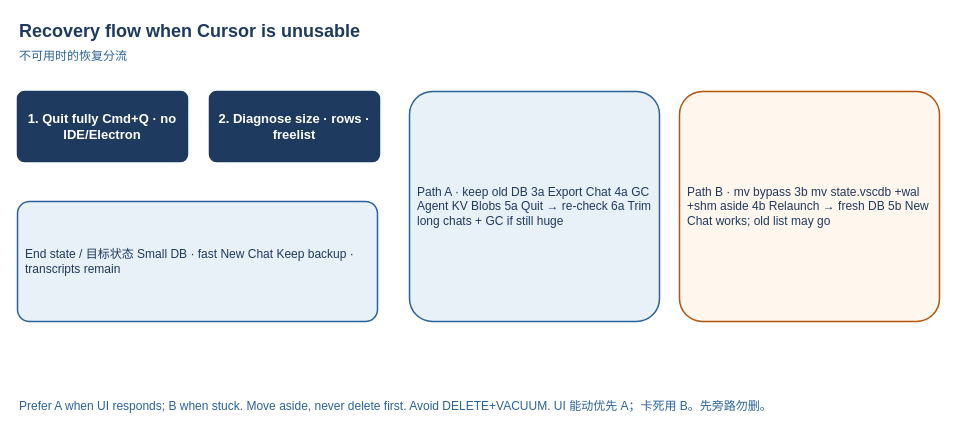
The draw.io diagram figures/schematic/recovery-flow/template.drawio in Xuzhen-Li/cursor-state-vscdb, before the edit. Source tidied: cells renumbered, new cells numbered last; positions are measured from the earlier drawing's top-left corner, leaving out a move shared by most shapes. Both pictures are drawn from the tidied source at 100%, with x=0, y=0 at pixel (17, 17).
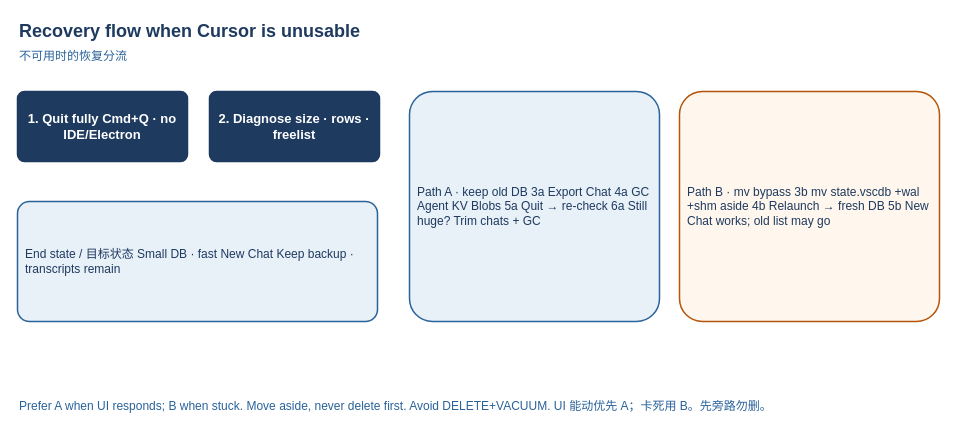
The same diagram, later.

Commit message (it also covers changes not shown here):
fix Path A 6a clip in recovery-flow

Change to the diagram source:
```diff
@@
 <mxGraphModel>
   <root>
     <mxCell id="0" />
     <mxCell id="1" parent="0" />
     <mxCell id="2" value="Recovery flow when Cursor is unusable" style="text;html=1;strokeColor=none;fillColor=none;align=left;verticalAlign=middle;fontFamily=Arial;fontSize=18;fontStyle=1;fontColor=#1e3a5f;" parent="1" vertex="1">
       <mxGeometry width="920" height="28" as="geometry" />
     </mxCell>
     <mxCell id="3" value="不可用时的恢复分流" style="text;html=1;strokeColor=none;fillColor=none;align=left;verticalAlign=middle;fontFamily=Arial;fontSize=12;fontColor=#2A629A;" parent="1" vertex="1">
       <mxGeometry y="28" width="920" height="22" as="geometry" />
     </mxCell>
     <mxCell id="4" value="1. Quit fully&amp;#xa;Cmd+Q · no IDE/Electron" style="rounded=1;whiteSpace=wrap;html=1;arcSize=10;strokeColor=#1e3a5f;strokeWidth=1.5;fillColor=#1e3a5f;fontFamily=Arial;fontSize=13;fontColor=#FFFFFF;fontStyle=1;align=center;verticalAlign=middle;" parent="1" vertex="1">
       <mxGeometry y="74" width="170" height="70" as="geometry" />
     </mxCell>
     <mxCell id="5" value="2. Diagnose&amp;#xa;size · rows · freelist" style="rounded=1;whiteSpace=wrap;html=1;arcSize=10;strokeColor=#1e3a5f;strokeWidth=1.5;fillColor=#1e3a5f;fontFamily=Arial;fontSize=13;fontColor=#FFFFFF;fontStyle=1;align=center;verticalAlign=middle;" parent="1" vertex="1">
       <mxGeometry x="192" y="74" width="170" height="70" as="geometry" />
     </mxCell>
-    <mxCell id="6" value="Path A · keep old DB&amp;#xa;3a Export Chat&amp;#xa;4a GC Agent KV Blobs&amp;#xa;5a Quit → re-check&amp;#xa;6a Trim long chats + GC if still huge" style="rounded=1;whiteSpace=wrap;html=1;arcSize=10;strokeColor=#2A629A;strokeWidth=1.5;fillColor=#E8F0F8;fontFamily=Arial;fontSize=12;fontColor=#1e3a5f;align=left;spacing=8;" parent="1" vertex="1">
+    <mxCell id="6" value="Path A · keep old DB&amp;#xa;3a Export Chat&amp;#xa;4a GC Agent KV Blobs&amp;#xa;5a Quit → re-check&amp;#xa;6a Still huge? Trim chats + GC" style="rounded=1;whiteSpace=wrap;html=1;arcSize=10;strokeColor=#2A629A;strokeWidth=1.5;fillColor=#E8F0F8;fontFamily=Arial;fontSize=12;fontColor=#1e3a5f;align=left;spacing=8;" parent="1" vertex="1">
       <mxGeometry x="392" y="74" width="250" height="230" as="geometry" />
     </mxCell>
     <mxCell id="7" value="Path B · mv bypass&amp;#xa;3b mv state.vscdb +wal +shm aside&amp;#xa;4b Relaunch → fresh DB&amp;#xa;5b New Chat works; old list may go" style="rounded=1;whiteSpace=wrap;html=1;arcSize=10;strokeColor=#B45309;strokeWidth=1.5;fillColor=#FFF7ED;fontFamily=Arial;fontSize=12;fontColor=#1e3a5f;align=left;spacing=8;" parent="1" vertex="1">
       <mxGeometry x="662" y="74" width="260" height="230" as="geometry" />
     </mxCell>
     <mxCell id="8" value="End state / 目标状态&amp;#xa;Small DB · fast New Chat&amp;#xa;Keep backup · transcripts remain" style="rounded=1;whiteSpace=wrap;html=1;arcSize=10;strokeColor=#2A629A;strokeWidth=1.5;fillColor=#E8F0F8;fontFamily=Arial;fontSize=12;fontColor=#1e3a5f;align=left;spacing=8;" parent="1" vertex="1">
       <mxGeometry y="184" width="360" height="120" as="geometry" />
     </mxCell>
     <mxCell id="9" value="Prefer A when UI responds; B when stuck. Move aside, never delete first. Avoid DELETE+VACUUM.&amp;#xa;UI 能动优先 A；卡死用 B。先旁路勿删。" style="text;html=1;strokeColor=none;fillColor=none;align=left;verticalAlign=middle;fontFamily=Arial;fontSize=12;fontColor=#2A629A;" parent="1" vertex="1">
       <mxGeometry y="364" width="922" height="50" as="geometry" />
     </mxCell>
   </root>
 </mxGraphModel>
```
